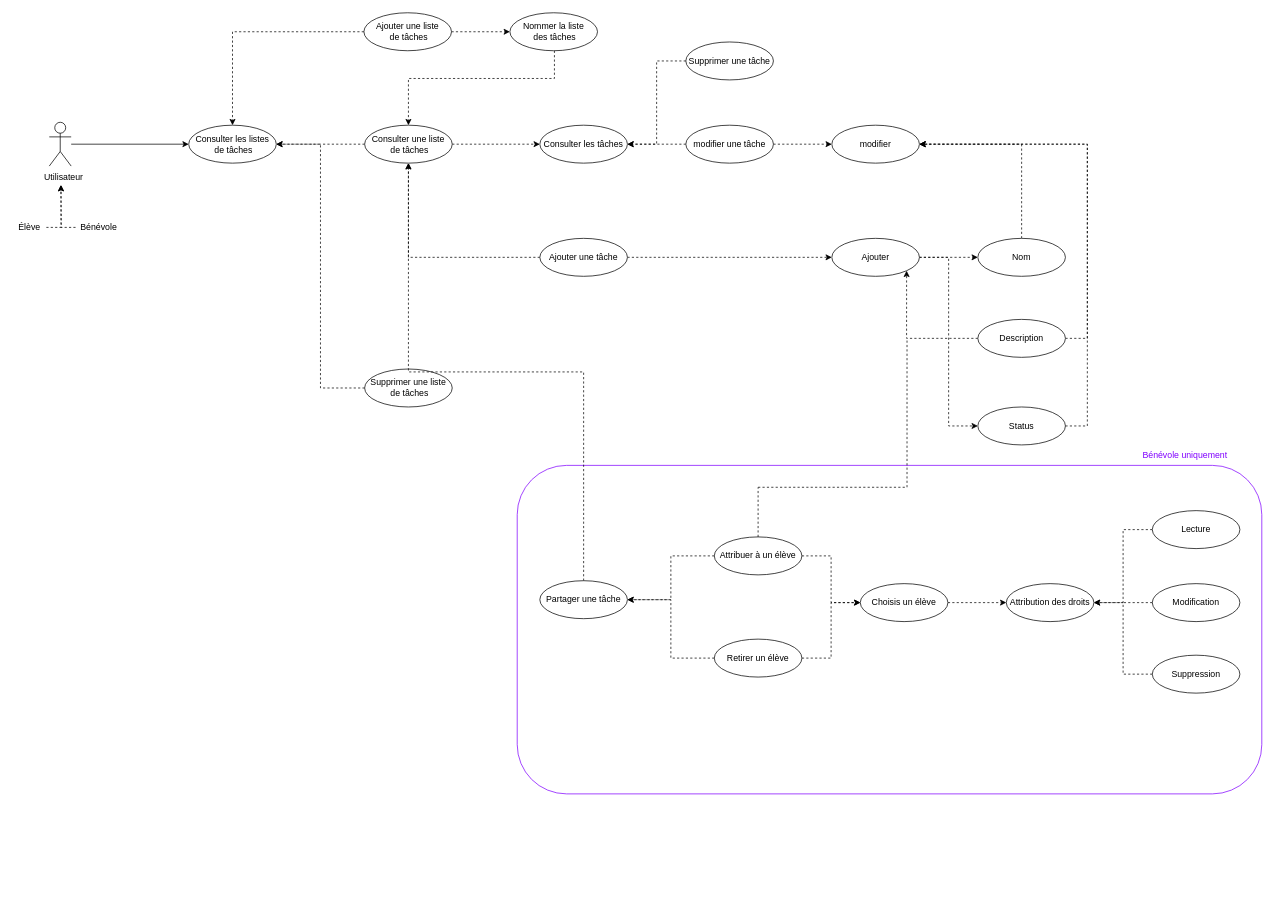
Above: oc/oc10/cas_d_utilisation_gestion_des_taches.drawio in tempetflamer/Assets (draw.io), before the change. Source tidied: cells renumbered, new cells numbered last; positions are measured from the earlier drawing's top-left corner, leaving out a move shared by most shapes. Both pictures are drawn from the tidied source at 73%, with x=0, y=0 at pixel (12, 12).
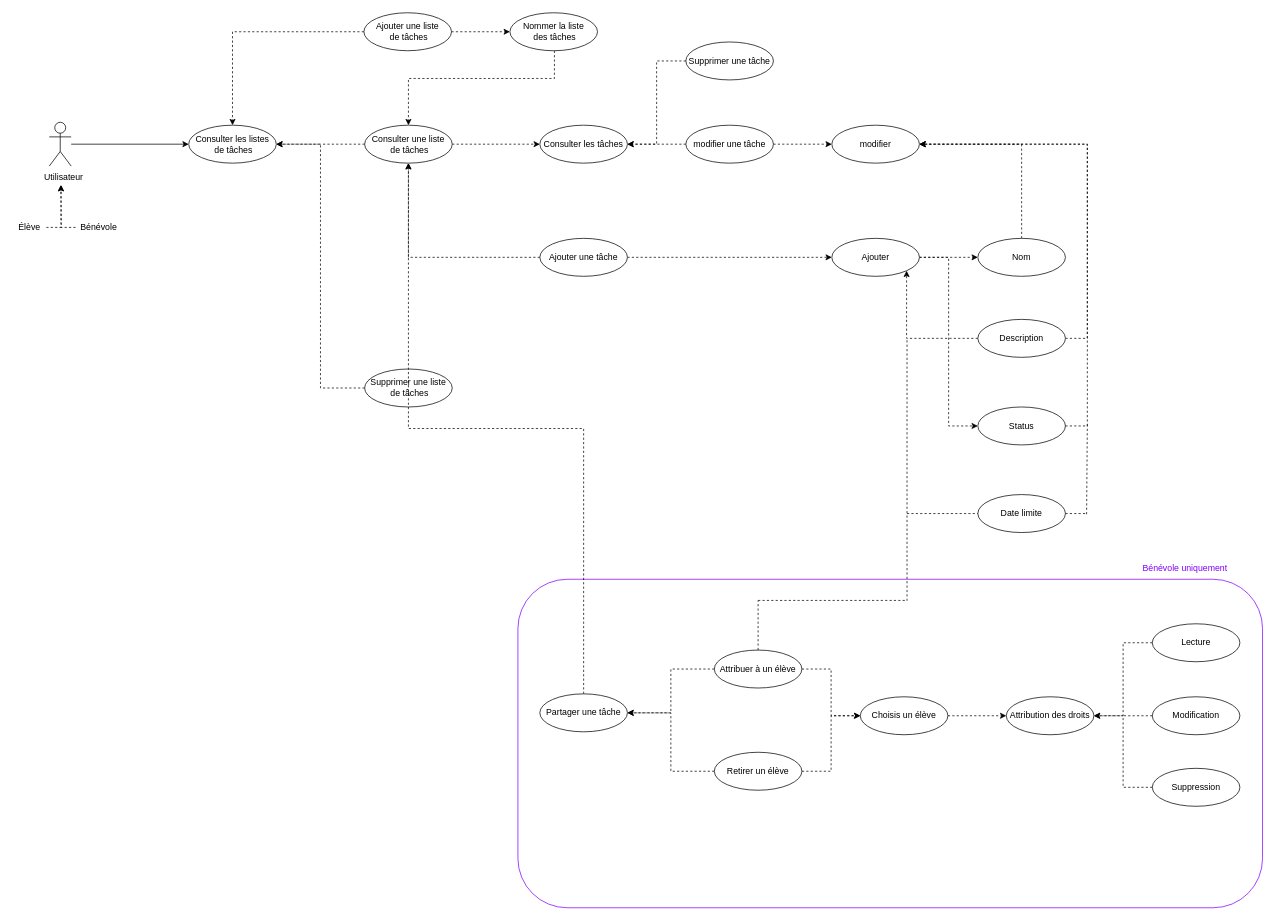
Above is the later version.

Commit message:
Mettre à jour cas_d_utilisation_gestion_des_taches.drawio

Diff of the diagram source:
```diff
@@
     <mxCell id="2" style="rounded=1;whiteSpace=wrap;html=1;fillColor=none;strokeColor=#8000ff;" parent="1" vertex="1">
-      <mxGeometry x="691" y="620" width="1020" height="450" as="geometry" />
+      <mxGeometry x="692" y="776" width="1020" height="450" as="geometry" />
     </mxCell>
@@
     <mxCell id="43" value="Attribuer à un élève" style="ellipse;whiteSpace=wrap;html=1;" parent="1" vertex="1">
-      <mxGeometry x="961" y="718" width="120" height="52" as="geometry" />
+      <mxGeometry x="961" y="873" width="120" height="52" as="geometry" />
     </mxCell>
@@
     <mxCell id="46" value="&lt;div&gt;Retirer un élève&lt;/div&gt;" style="ellipse;whiteSpace=wrap;html=1;" parent="1" vertex="1">
-      <mxGeometry x="961" y="858" width="120" height="52" as="geometry" />
+      <mxGeometry x="961" y="1013" width="120" height="52" as="geometry" />
     </mxCell>
@@
     <mxCell id="48" value="Choisis un élève" style="ellipse;whiteSpace=wrap;html=1;" parent="1" vertex="1">
-      <mxGeometry x="1161" y="782" width="120" height="52" as="geometry" />
+      <mxGeometry x="1161" y="937" width="120" height="52" as="geometry" />
     </mxCell>
@@
     <mxCell id="50" value="Partager une tâche" style="ellipse;whiteSpace=wrap;html=1;" parent="1" vertex="1">
-      <mxGeometry x="722" y="778" width="120" height="52" as="geometry" />
+      <mxGeometry x="722" y="933" width="120" height="52" as="geometry" />
     </mxCell>
-    <mxCell id="51" style="endArrow=none;html=1;rounded=0;dashed=1;" parent="1" edge="1">
-      <mxGeometry relative="1" as="geometry">
-        <mxPoint x="1225" y="650" as="sourcePoint" />
-        <mxPoint x="1225" y="446" as="targetPoint" />
-      </mxGeometry>
-    </mxCell>
     <mxCell id="52" style="endArrow=none;html=1;rounded=0;dashed=1;" parent="1" edge="1">
       <mxGeometry relative="1" as="geometry">
-        <mxPoint x="1021" y="650" as="sourcePoint" />
-        <mxPoint x="1225" y="650" as="targetPoint" />
+        <mxPoint x="1021" y="805" as="sourcePoint" />
+        <mxPoint x="1225" y="805" as="targetPoint" />
       </mxGeometry>
     </mxCell>
     <mxCell id="53" style="endArrow=none;html=1;rounded=0;dashed=1;exitX=0.5;exitY=0;exitDx=0;exitDy=0;" parent="1" edge="1" source="43">
       <mxGeometry relative="1" as="geometry">
-        <mxPoint x="1021" y="650" as="targetPoint" />
+        <mxPoint x="1021" y="805" as="targetPoint" />
       </mxGeometry>
     </mxCell>
     <mxCell id="54" value="Attribution des droits" style="ellipse;whiteSpace=wrap;html=1;" parent="1" vertex="1">
-      <mxGeometry x="1361" y="782" width="120" height="52" as="geometry" />
+      <mxGeometry x="1361" y="937" width="120" height="52" as="geometry" />
     </mxCell>
     <mxCell id="55" value="Modification" style="ellipse;whiteSpace=wrap;html=1;" parent="1" vertex="1">
-      <mxGeometry x="1561" y="782" width="120" height="52" as="geometry" />
+      <mxGeometry x="1561" y="937" width="120" height="52" as="geometry" />
     </mxCell>
@@
     <mxCell id="57" value="Lecture" style="ellipse;whiteSpace=wrap;html=1;" parent="1" vertex="1">
-      <mxGeometry x="1561" y="682" width="120" height="52" as="geometry" />
+      <mxGeometry x="1561" y="837" width="120" height="52" as="geometry" />
     </mxCell>
@@
     <mxCell id="59" value="Suppression" style="ellipse;whiteSpace=wrap;html=1;" parent="1" vertex="1">
-      <mxGeometry x="1561" y="880" width="120" height="52" as="geometry" />
+      <mxGeometry x="1561" y="1035" width="120" height="52" as="geometry" />
     </mxCell>
     <mxCell id="60" style="endArrow=none;html=1;rounded=0;dashed=1;exitX=0;exitY=0.5;exitDx=0;exitDy=0;" parent="1" edge="1" source="55">
       <mxGeometry relative="1" as="geometry">
-        <mxPoint x="1521" y="808" as="targetPoint" />
+        <mxPoint x="1521" y="963" as="targetPoint" />
       </mxGeometry>
     </mxCell>
     <mxCell id="61" value="Bénévole uniquement" style="text;html=1;strokeColor=none;fillColor=none;align=center;verticalAlign=middle;whiteSpace=wrap;rounded=0;fontColor=#8000ff;" parent="1" vertex="1">
-      <mxGeometry x="1541" y="592" width="130" height="30" as="geometry" />
+      <mxGeometry x="1541" y="746" width="130" height="30" as="geometry" />
     </mxCell>
+    <mxCell id="62" value="Date limite" style="ellipse;whiteSpace=wrap;html=1;" parent="1" vertex="1">
+      <mxGeometry x="1322" y="660" width="120" height="52" as="geometry" />
+    </mxCell>
+    <mxCell id="63" style="endArrow=none;html=1;rounded=0;dashed=1;exitX=1;exitY=0.5;exitDx=0;exitDy=0;" parent="1" edge="1" source="62">
+      <mxGeometry relative="1" as="geometry">
+        <mxPoint x="1471" y="686" as="targetPoint" />
+      </mxGeometry>
+    </mxCell>
+    <mxCell id="64" style="endArrow=none;html=1;rounded=0;dashed=1;" parent="1" edge="1">
+      <mxGeometry relative="1" as="geometry">
+        <mxPoint x="1471" y="686.9" as="sourcePoint" />
+        <mxPoint x="1472" y="563" as="targetPoint" />
+      </mxGeometry>
+    </mxCell>
+    <mxCell id="65" style="endArrow=none;html=1;rounded=0;dashed=1;" parent="1" edge="1">
+      <mxGeometry relative="1" as="geometry">
+        <mxPoint x="1225" y="805.6" as="sourcePoint" />
+        <mxPoint x="1225" y="447" as="targetPoint" />
+      </mxGeometry>
+    </mxCell>
+    <mxCell id="66" style="endArrow=none;html=1;rounded=0;dashed=1;entryX=0;entryY=0.5;entryDx=0;entryDy=0;" parent="1" edge="1">
+      <mxGeometry relative="1" as="geometry">
+        <mxPoint x="1225" y="686" as="sourcePoint" />
+        <mxPoint x="1322" y="686" as="targetPoint" />
+      </mxGeometry>
+    </mxCell>
```
